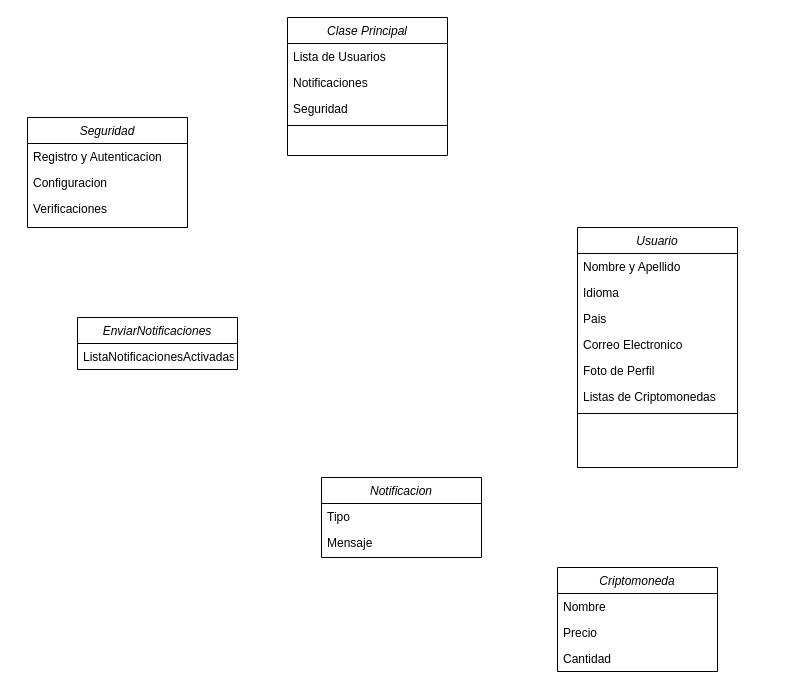
Faus142005/CriptoWallet keeps this draw.io diagram as Diagrama sin título.drawio. Above is the earlier version. Source tidied: cells renumbered, new cells numbered last; positions are measured from the earlier drawing's top-left corner, leaving out a move shared by most shapes. Both pictures are drawn from the tidied source at 100%, with x=0, y=0 at pixel (27, 17).
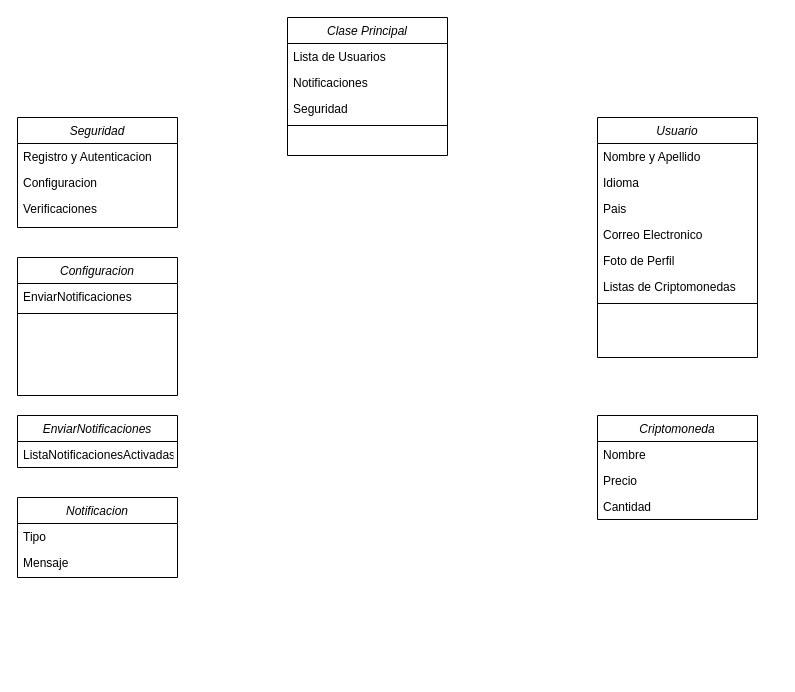
The same diagram, later.

Diff of the diagram source:
```diff
@@
     <mxCell id="9" value="Usuario" style="swimlane;fontStyle=2;align=center;verticalAlign=top;horizontal=1;startSize=26;rounded=0;shadow=0;strokeWidth=1;" parent="1" vertex="1">
-      <mxGeometry x="550" y="210" width="160" height="240" as="geometry" />
+      <mxGeometry x="570" y="100" width="160" height="240" as="geometry" />
     </mxCell>
@@
     <mxCell id="17" value="Criptomoneda" style="swimlane;fontStyle=2;align=center;verticalAlign=top;horizontal=1;startSize=26;rounded=0;shadow=0;strokeWidth=1;" parent="1" vertex="1">
-      <mxGeometry x="530" y="550" width="160" height="104" as="geometry" />
+      <mxGeometry x="570" y="398" width="160" height="104" as="geometry" />
     </mxCell>
@@
     <mxCell id="21" value="Seguridad" style="swimlane;fontStyle=2;align=center;verticalAlign=top;horizontal=1;startSize=26;rounded=0;shadow=0;strokeWidth=1;" parent="1" vertex="1">
-      <mxGeometry y="100" width="160" height="110" as="geometry" />
+      <mxGeometry x="-10" y="100" width="160" height="110" as="geometry" />
     </mxCell>
@@
     <mxCell id="25" value="Notificacion" style="swimlane;fontStyle=2;align=center;verticalAlign=top;horizontal=1;startSize=26;rounded=0;shadow=0;strokeWidth=1;" parent="1" vertex="1">
-      <mxGeometry x="294" y="460" width="160" height="80" as="geometry" />
+      <mxGeometry x="-10" y="480" width="160" height="80" as="geometry" />
     </mxCell>
@@
     <mxCell id="28" value="EnviarNotificaciones" style="swimlane;fontStyle=2;align=center;verticalAlign=top;horizontal=1;startSize=26;rounded=0;shadow=0;strokeWidth=1;" parent="1" vertex="1">
-      <mxGeometry x="50" y="300" width="160" height="52" as="geometry" />
+      <mxGeometry x="-10" y="398" width="160" height="52" as="geometry" />
     </mxCell>
@@
+    <mxCell id="30" value="Configuracion" style="swimlane;fontStyle=2;align=center;verticalAlign=top;horizontal=1;startSize=26;rounded=0;shadow=0;strokeWidth=1;" parent="1" vertex="1">
+      <mxGeometry x="-10" y="240" width="160" height="138" as="geometry" />
+    </mxCell>
+    <mxCell id="31" value="EnviarNotificaciones" style="text;align=left;verticalAlign=top;spacingLeft=4;spacingRight=4;overflow=hidden;" parent="30" vertex="1">
+      <mxGeometry y="26" width="160" height="26" as="geometry" />
+    </mxCell>
+    <mxCell id="32" style="line;html=1;strokeWidth=1;align=left;verticalAlign=middle;spacingTop=-1;spacingLeft=3;spacingRight=3;labelPosition=right;" parent="30" vertex="1">
+      <mxGeometry y="52" width="160" height="8" as="geometry" />
+    </mxCell>
```
